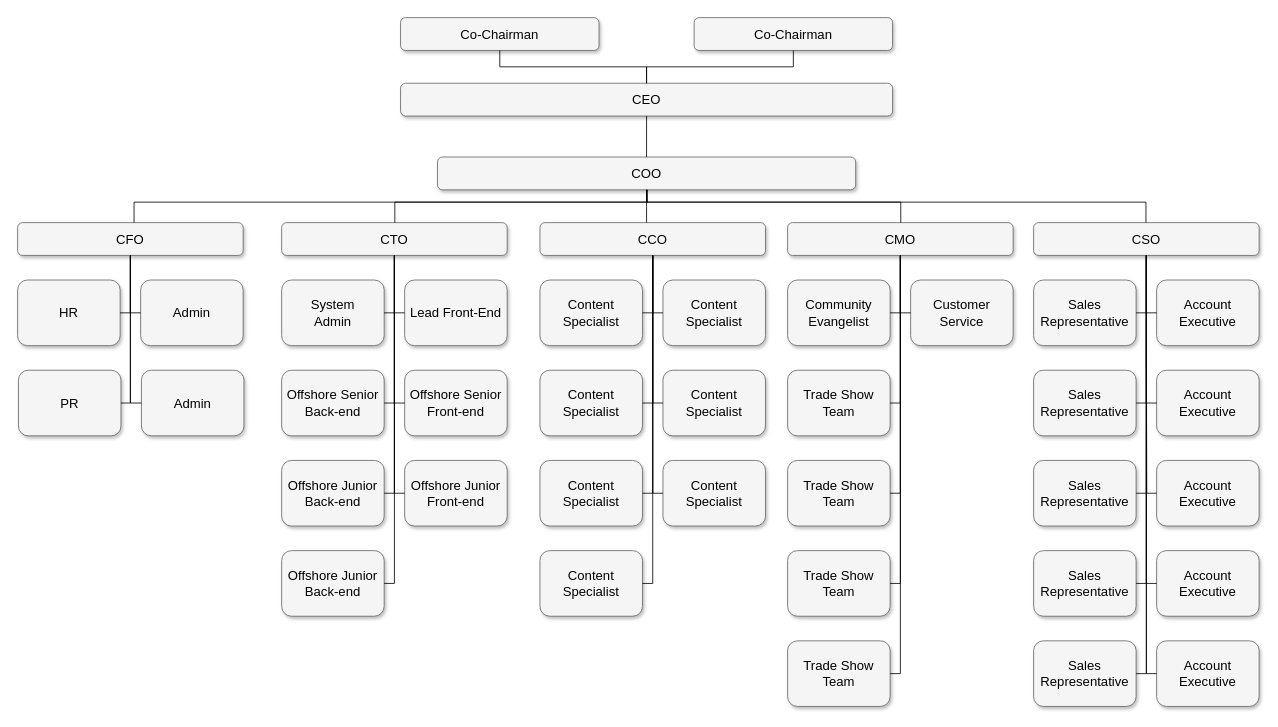
The draw.io diagram cyb5902.drawio in LLuviaHombreKano/Java-for-DevOps, before the edit. Source tidied: cells renumbered, new cells numbered last; positions are measured from the earlier drawing's top-left corner, leaving out a move shared by most shapes. Both pictures are drawn from the tidied source at 82%, with x=0, y=0 at pixel (17, 17).
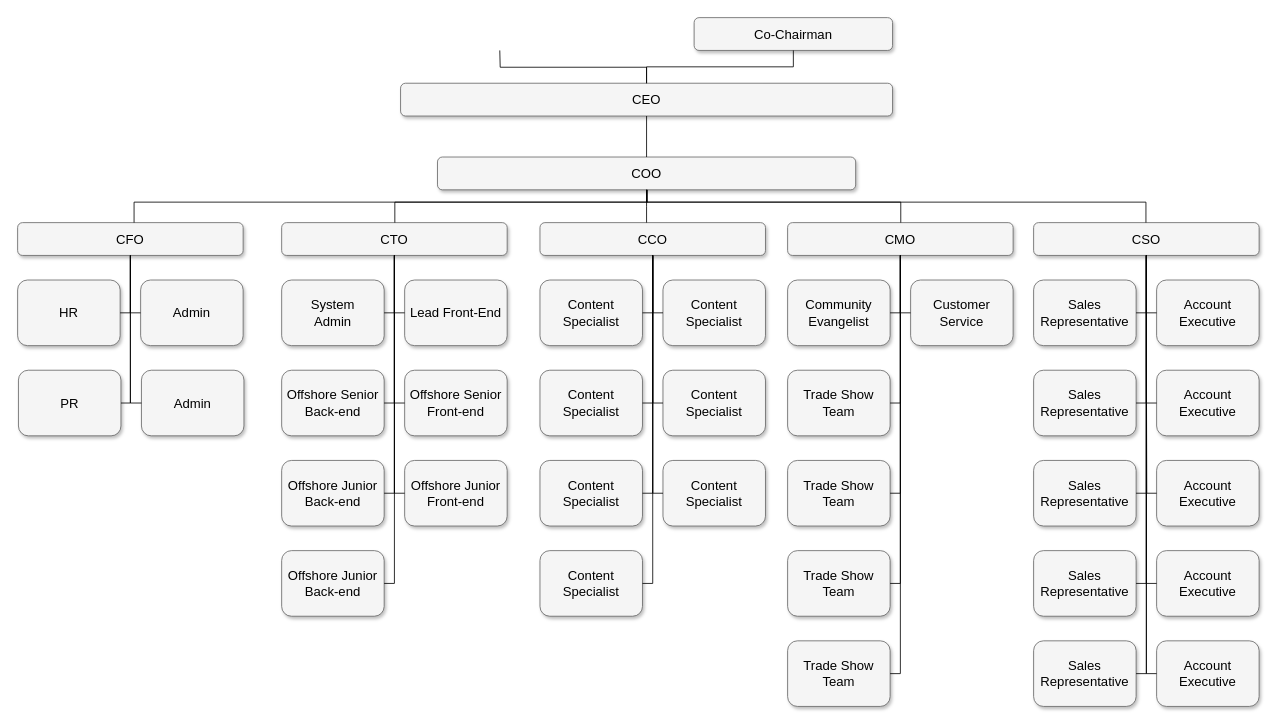
The same page after the edit.

Unchanged cells that the change refers to:
```xml
<mxCell id="3" value="CEO" style="whiteSpace=wrap;html=1;rounded=1;shadow=1;strokeWidth=1;fontSize=16;align=center;fillColor=#f5f5f5;strokeColor=#666666;" parent="1" vertex="1">
  <mxGeometry x="467" y="80" width="600" height="40" as="geometry" />
</mxCell>
```

Diff of the diagram source:
```diff
@@
-    <mxCell id="40" value="Co-Chairman" style="whiteSpace=wrap;html=1;rounded=1;shadow=1;strokeWidth=1;fontSize=16;align=center;fillColor=#f5f5f5;strokeColor=#666666;" parent="1" vertex="1">
-      <mxGeometry x="467" width="242" height="40" as="geometry" />
-    </mxCell>
@@
-    <mxCell id="45" style="edgeStyle=orthogonalEdgeStyle;html=1;startSize=6;endFill=0;endSize=6;strokeWidth=1;fontSize=16;rounded=0;endArrow=none;" parent="1" edge="1" source="40" target="3">
-      <mxGeometry relative="1" as="geometry" />
+    <mxCell id="45" style="edgeStyle=orthogonalEdgeStyle;html=1;startSize=6;endFill=0;endSize=6;strokeWidth=1;fontSize=16;rounded=0;endArrow=none;" parent="1" edge="1" target="3">
+      <mxGeometry relative="1" as="geometry">
+        <mxPoint x="588" y="40" as="sourcePoint" />
+      </mxGeometry>
     </mxCell>
```
